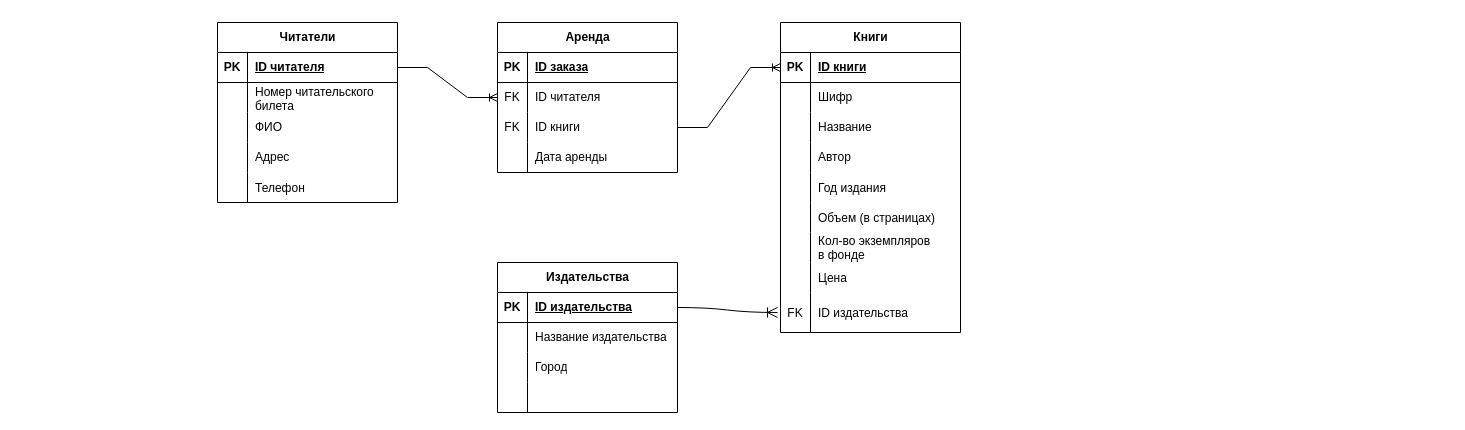
Above: library_bd.drawio in javascriptrocker2104/database_of_library (draw.io), before the change. Source tidied: cells renumbered, new cells numbered last; positions are measured from the earlier drawing's top-left corner, leaving out a move shared by most shapes. Both pictures are drawn from the tidied source at 100%, with x=0, y=0 at pixel (217, 22).
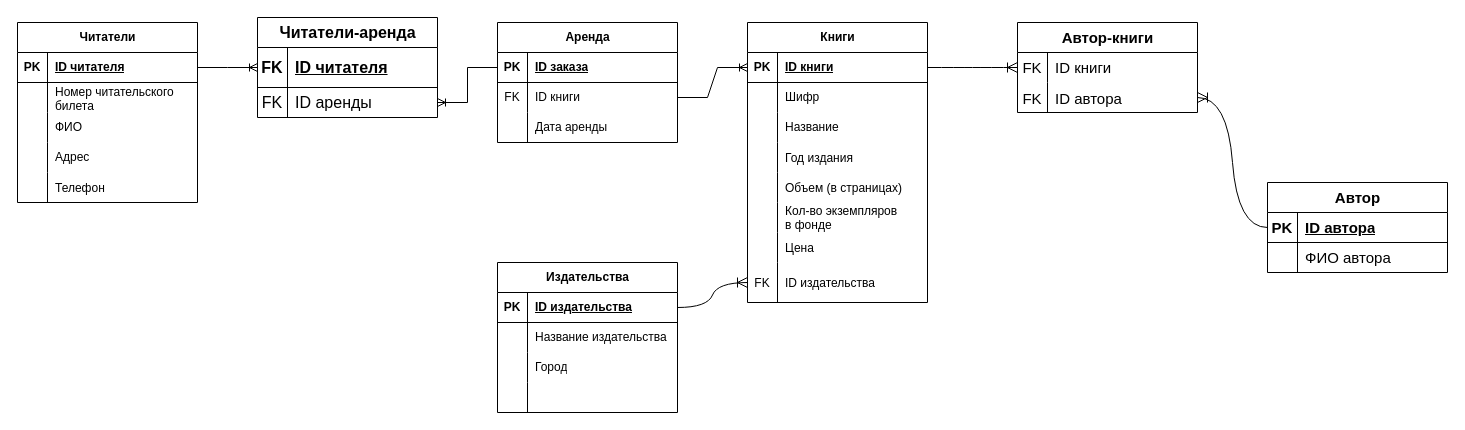
The same diagram, later.

The change refers to these unchanged cells:
```xml
<mxCell id="3" style="shape=tableRow;horizontal=0;startSize=0;swimlaneHead=0;swimlaneBody=0;fillColor=none;points=[[0,0.5],[1,0.5]];portConstraint=eastwest;top=0;left=0;right=0;bottom=1;" parent="2" vertex="1">
  <mxGeometry y="30" width="180" height="30" as="geometry" />
</mxCell>
<mxCell id="19" style="shape=tableRow;horizontal=0;startSize=0;swimlaneHead=0;swimlaneBody=0;fillColor=none;points=[[0,0.5],[1,0.5]];portConstraint=eastwest;top=0;left=0;right=0;bottom=1;" parent="18" vertex="1">
  <mxGeometry y="30" width="180" height="30" as="geometry" />
</mxCell>
<mxCell id="32" style="shape=tableRow;horizontal=0;startSize=0;swimlaneHead=0;swimlaneBody=0;fillColor=none;points=[[0,0.5],[1,0.5]];portConstraint=eastwest;top=0;left=0;right=0;bottom=1;" parent="31" vertex="1">
  <mxGeometry y="30" width="180" height="30" as="geometry" />
</mxCell>
<mxCell id="60" style="shape=tableRow;horizontal=0;startSize=0;swimlaneHead=0;swimlaneBody=0;fillColor=none;points=[[0,0.5],[1,0.5]];portConstraint=eastwest;top=0;left=0;right=0;bottom=1;" parent="59" vertex="1">
  <mxGeometry y="30" width="180" height="30" as="geometry" />
</mxCell>
```

The edit, as a diff of the source:
```diff
@@
     <mxCell id="2" value="Читатели" style="shape=table;startSize=30;childLayout=tableLayout;rowLines=0;fontStyle=1;align=center;html=1;" parent="1" vertex="1">
-      <mxGeometry width="180" height="180" as="geometry" />
+      <mxGeometry x="-200" width="180" height="180" as="geometry" />
     </mxCell>
@@
     <mxCell id="18" value="Аренда" style="shape=table;startSize=30;childLayout=tableLayout;rowLines=0;fontStyle=1;align=center;html=1;" parent="1" vertex="1">
-      <mxGeometry x="280" width="180" height="150" as="geometry" />
+      <mxGeometry x="280" width="180" height="120" as="geometry" />
     </mxCell>
@@
-    <mxCell id="22" style="shape=tableRow;horizontal=0;startSize=0;swimlaneHead=0;swimlaneBody=0;fillColor=none;points=[[0,0.5],[1,0.5]];portConstraint=eastwest;top=0;left=0;right=0;bottom=0;" parent="18" vertex="1">
-      <mxGeometry y="60" width="180" height="30" as="geometry" />
-    </mxCell>
-    <mxCell id="23" value="FK" style="shape=partialRectangle;fillColor=none;top=0;left=0;bottom=0;right=0;overflow=hidden;whiteSpace=wrap;html=1;" parent="22" vertex="1">
-      <mxGeometry width="30" height="30" as="geometry" />
-    </mxCell>
-    <mxCell id="24" value="ID читателя" style="shape=partialRectangle;fillColor=none;top=0;left=0;bottom=0;right=0;align=left;spacingLeft=6;overflow=hidden;whiteSpace=wrap;html=1;" parent="22" vertex="1">
-      <mxGeometry x="30" width="150" height="30" as="geometry" />
-    </mxCell>
     <mxCell id="25" style="shape=tableRow;horizontal=0;startSize=0;swimlaneHead=0;swimlaneBody=0;fillColor=none;points=[[0,0.5],[1,0.5]];portConstraint=eastwest;top=0;left=0;right=0;bottom=0;" parent="18" vertex="1">
-      <mxGeometry y="90" width="180" height="30" as="geometry" />
+      <mxGeometry y="60" width="180" height="30" as="geometry" />
     </mxCell>
@@
     <mxCell id="28" style="shape=tableRow;horizontal=0;startSize=0;swimlaneHead=0;swimlaneBody=0;fillColor=none;top=0;left=0;right=0;bottom=0;" parent="18" vertex="1">
-      <mxGeometry y="120" width="180" height="30" as="geometry" />
+      <mxGeometry y="90" width="180" height="30" as="geometry" />
     </mxCell>
@@
     <mxCell id="31" value="Книги" style="shape=table;startSize=30;childLayout=tableLayout;rowLines=0;fontStyle=1;align=center;html=1;" parent="1" vertex="1">
-      <mxGeometry x="563" width="180" height="310" as="geometry" />
+      <mxGeometry x="530" width="180" height="280" as="geometry" />
     </mxCell>
@@
-    <mxCell id="41" style="shape=tableRow;horizontal=0;startSize=0;swimlaneHead=0;swimlaneBody=0;fillColor=none;top=0;left=0;right=0;bottom=0;" parent="31" vertex="1">
-      <mxGeometry y="120" width="180" height="30" as="geometry" />
-    </mxCell>
-    <mxCell id="42" style="shape=partialRectangle;fillColor=none;top=0;left=0;bottom=0;right=0;overflow=hidden;whiteSpace=wrap;html=1;" parent="41" vertex="1">
-      <mxGeometry width="30" height="30" as="geometry" />
-    </mxCell>
-    <mxCell id="43" value="Автор" style="shape=partialRectangle;fillColor=none;top=0;left=0;bottom=0;right=0;align=left;spacingLeft=6;overflow=hidden;whiteSpace=wrap;html=1;" parent="41" vertex="1">
-      <mxGeometry x="30" width="150" height="30" as="geometry" />
-    </mxCell>
     <mxCell id="44" style="shape=tableRow;horizontal=0;startSize=0;swimlaneHead=0;swimlaneBody=0;fillColor=none;top=0;left=0;right=0;bottom=0;" parent="31" vertex="1">
-      <mxGeometry y="150" width="180" height="30" as="geometry" />
+      <mxGeometry y="120" width="180" height="30" as="geometry" />
     </mxCell>
@@
     <mxCell id="47" style="shape=tableRow;horizontal=0;startSize=0;swimlaneHead=0;swimlaneBody=0;fillColor=none;top=0;left=0;right=0;bottom=0;" parent="31" vertex="1">
-      <mxGeometry y="180" width="180" height="30" as="geometry" />
+      <mxGeometry y="150" width="180" height="30" as="geometry" />
     </mxCell>
@@
     <mxCell id="50" style="shape=tableRow;horizontal=0;startSize=0;swimlaneHead=0;swimlaneBody=0;fillColor=none;top=0;left=0;right=0;bottom=0;" parent="31" vertex="1">
-      <mxGeometry y="210" width="180" height="30" as="geometry" />
+      <mxGeometry y="180" width="180" height="30" as="geometry" />
     </mxCell>
@@
     <mxCell id="53" style="shape=tableRow;horizontal=0;startSize=0;swimlaneHead=0;swimlaneBody=0;fillColor=none;top=0;left=0;right=0;bottom=0;" parent="31" vertex="1">
-      <mxGeometry y="240" width="180" height="30" as="geometry" />
+      <mxGeometry y="210" width="180" height="30" as="geometry" />
     </mxCell>
@@
     <mxCell id="56" style="shape=tableRow;horizontal=0;startSize=0;swimlaneHead=0;swimlaneBody=0;fillColor=none;points=[[0,0.5],[1,0.5]];portConstraint=eastwest;top=0;left=0;right=0;bottom=0;" parent="31" vertex="1">
-      <mxGeometry y="270" width="180" height="40" as="geometry" />
+      <mxGeometry y="240" width="180" height="40" as="geometry" />
     </mxCell>
@@
-    <mxCell id="72" style="edgeStyle=entityRelationEdgeStyle;fontSize=12;html=1;endArrow=ERoneToMany;rounded=0;exitX=1;exitY=0.5;exitDx=0;exitDy=0;entryX=0;entryY=0.5;entryDx=0;entryDy=0;" parent="1" edge="1" source="3" target="22">
+    <mxCell id="72" style="edgeStyle=entityRelationEdgeStyle;fontSize=12;html=1;endArrow=ERoneToMany;rounded=0;exitX=1;exitY=0.5;exitDx=0;exitDy=0;entryX=0;entryY=0.5;entryDx=0;entryDy=0;" parent="1" edge="1" source="3" target="91">
       <mxGeometry relative="1" as="geometry" />
     </mxCell>
@@
-    <mxCell id="74" style="edgeStyle=entityRelationEdgeStyle;fontSize=12;html=1;endArrow=ERoneToMany;rounded=0;startSize=8;endSize=8;curved=1;exitX=1;exitY=0.5;exitDx=0;exitDy=0;" parent="1" edge="1" source="60">
-      <mxGeometry relative="1" as="geometry">
-        <mxPoint x="560" y="290" as="targetPoint" />
-      </mxGeometry>
+    <mxCell id="74" style="edgeStyle=entityRelationEdgeStyle;fontSize=12;html=1;endArrow=ERoneToMany;rounded=0;startSize=8;endSize=8;curved=1;exitX=1;exitY=0.5;exitDx=0;exitDy=0;entryX=0;entryY=0.5;entryDx=0;entryDy=0;" parent="1" edge="1" source="60" target="56">
+      <mxGeometry relative="1" as="geometry" />
     </mxCell>
+    <mxCell id="43" value="Автор" style="shape=table;startSize=30;childLayout=tableLayout;rowLines=0;fontStyle=1;align=center;html=1;fontSize=15;" parent="1" vertex="1">
+      <mxGeometry x="1050" y="160" width="180" height="90" as="geometry" />
+    </mxCell>
+    <mxCell id="75" style="shape=tableRow;horizontal=0;startSize=0;swimlaneHead=0;swimlaneBody=0;fillColor=none;points=[[0,0.5],[1,0.5]];portConstraint=eastwest;top=0;left=0;right=0;bottom=1;fontSize=16;" parent="43" vertex="1">
+      <mxGeometry y="30" width="180" height="30" as="geometry" />
+    </mxCell>
+    <mxCell id="76" value="PK" style="shape=partialRectangle;fillColor=none;top=0;left=0;bottom=0;right=0;fontStyle=1;overflow=hidden;whiteSpace=wrap;html=1;fontSize=15;" parent="75" vertex="1">
+      <mxGeometry width="30" height="30" as="geometry" />
+    </mxCell>
+    <mxCell id="77" value="ID автора" style="shape=partialRectangle;fillColor=none;top=0;left=0;bottom=0;right=0;align=left;spacingLeft=6;fontStyle=5;overflow=hidden;whiteSpace=wrap;html=1;fontSize=15;" parent="75" vertex="1">
+      <mxGeometry x="30" width="150" height="30" as="geometry" />
+    </mxCell>
+    <mxCell id="78" style="shape=tableRow;horizontal=0;startSize=0;swimlaneHead=0;swimlaneBody=0;fillColor=none;top=0;left=0;right=0;bottom=0;fontSize=16;" parent="43" vertex="1">
+      <mxGeometry y="60" width="180" height="30" as="geometry" />
+    </mxCell>
+    <mxCell id="79" style="shape=partialRectangle;fillColor=none;top=0;left=0;bottom=0;right=0;overflow=hidden;whiteSpace=wrap;html=1;fontSize=16;" parent="78" vertex="1">
+      <mxGeometry width="30" height="30" as="geometry" />
+    </mxCell>
+    <mxCell id="80" value="ФИО автора" style="shape=partialRectangle;fillColor=none;top=0;left=0;bottom=0;right=0;align=left;spacingLeft=6;overflow=hidden;whiteSpace=wrap;html=1;fontSize=15;" parent="78" vertex="1">
+      <mxGeometry x="30" width="150" height="30" as="geometry" />
+    </mxCell>
+    <mxCell id="81" value="Автор-книги" style="shape=table;startSize=30;childLayout=tableLayout;rowLines=0;fontStyle=1;align=center;html=1;fontSize=15;" parent="1" vertex="1">
+      <mxGeometry x="800" width="180" height="90" as="geometry" />
+    </mxCell>
+    <mxCell id="82" style="shape=tableRow;horizontal=0;startSize=0;swimlaneHead=0;swimlaneBody=0;fillColor=none;points=[[0,0.5],[1,0.5]];portConstraint=eastwest;top=0;left=0;right=0;bottom=0;fontSize=16;" parent="81" vertex="1">
+      <mxGeometry y="30" width="180" height="30" as="geometry" />
+    </mxCell>
+    <mxCell id="83" value="FK" style="shape=partialRectangle;fillColor=none;top=0;left=0;bottom=0;right=0;overflow=hidden;whiteSpace=wrap;html=1;fontSize=15;" parent="82" vertex="1">
+      <mxGeometry width="30" height="30" as="geometry" />
+    </mxCell>
+    <mxCell id="84" value="ID книги" style="shape=partialRectangle;fillColor=none;top=0;left=0;bottom=0;right=0;align=left;spacingLeft=6;overflow=hidden;whiteSpace=wrap;html=1;fontSize=15;" parent="82" vertex="1">
+      <mxGeometry x="30" width="150" height="30" as="geometry" />
+    </mxCell>
+    <mxCell id="85" style="shape=tableRow;horizontal=0;startSize=0;swimlaneHead=0;swimlaneBody=0;fillColor=none;points=[[0,0.5],[1,0.5]];portConstraint=eastwest;top=0;left=0;right=0;bottom=0;fontSize=16;" parent="81" vertex="1">
+      <mxGeometry y="60" width="180" height="30" as="geometry" />
+    </mxCell>
+    <mxCell id="86" value="FK" style="shape=partialRectangle;fillColor=none;top=0;left=0;bottom=0;right=0;overflow=hidden;fontSize=15;" parent="85" vertex="1">
+      <mxGeometry width="30" height="30" as="geometry" />
+    </mxCell>
+    <mxCell id="87" value="ID автора" style="shape=partialRectangle;fillColor=none;top=0;left=0;bottom=0;right=0;align=left;spacingLeft=6;overflow=hidden;fontSize=15;" parent="85" vertex="1">
+      <mxGeometry x="30" width="150" height="30" as="geometry" />
+    </mxCell>
+    <mxCell id="88" style="edgeStyle=entityRelationEdgeStyle;fontSize=12;html=1;endArrow=ERoneToMany;rounded=0;startSize=8;endSize=8;curved=1;exitX=0;exitY=0.5;exitDx=0;exitDy=0;entryX=1;entryY=0.5;entryDx=0;entryDy=0;" parent="1" edge="1" source="75" target="85">
+      <mxGeometry relative="1" as="geometry" />
+    </mxCell>
+    <mxCell id="89" style="edgeStyle=entityRelationEdgeStyle;fontSize=12;html=1;endArrow=ERoneToMany;rounded=0;startSize=8;endSize=8;curved=1;exitX=1;exitY=0.5;exitDx=0;exitDy=0;entryX=0;entryY=0.5;entryDx=0;entryDy=0;" parent="1" edge="1" source="32" target="82">
+      <mxGeometry relative="1" as="geometry" />
+    </mxCell>
+    <mxCell id="90" value="Читатели-аренда" style="shape=table;startSize=30;childLayout=tableLayout;rowLines=0;fontStyle=1;align=center;html=1;fontSize=16;" parent="1" vertex="1">
+      <mxGeometry x="40" y="-5" width="180" height="100" as="geometry" />
+    </mxCell>
+    <mxCell id="91" style="shape=tableRow;horizontal=0;startSize=0;swimlaneHead=0;swimlaneBody=0;fillColor=none;points=[[0,0.5],[1,0.5]];portConstraint=eastwest;top=0;left=0;right=0;bottom=1;fontSize=16;" parent="90" vertex="1">
+      <mxGeometry y="30" width="180" height="40" as="geometry" />
+    </mxCell>
+    <mxCell id="92" value="FK" style="shape=partialRectangle;fillColor=none;top=0;left=0;bottom=0;right=0;fontStyle=1;overflow=hidden;whiteSpace=wrap;html=1;fontSize=16;" parent="91" vertex="1">
+      <mxGeometry width="30" height="40" as="geometry" />
+    </mxCell>
+    <mxCell id="24" value="ID читателя" style="shape=partialRectangle;fillColor=none;top=0;left=0;bottom=0;right=0;align=left;spacingLeft=6;fontStyle=5;overflow=hidden;whiteSpace=wrap;html=1;fontSize=16;" parent="91" vertex="1">
+      <mxGeometry x="30" width="150" height="40" as="geometry" />
+    </mxCell>
+    <mxCell id="93" style="shape=tableRow;horizontal=0;startSize=0;swimlaneHead=0;swimlaneBody=0;fillColor=none;points=[[0,0.5],[1,0.5]];portConstraint=eastwest;top=0;left=0;right=0;bottom=0;fontSize=16;" parent="90" vertex="1">
+      <mxGeometry y="70" width="180" height="30" as="geometry" />
+    </mxCell>
+    <mxCell id="94" value="FK" style="shape=partialRectangle;fillColor=none;top=0;left=0;bottom=0;right=0;overflow=hidden;whiteSpace=wrap;html=1;fontSize=16;" parent="93" vertex="1">
+      <mxGeometry width="30" height="30" as="geometry" />
+    </mxCell>
+    <mxCell id="95" value="ID аренды" style="shape=partialRectangle;fillColor=none;top=0;left=0;bottom=0;right=0;align=left;spacingLeft=6;overflow=hidden;whiteSpace=wrap;html=1;fontSize=16;" parent="93" vertex="1">
+      <mxGeometry x="30" width="150" height="30" as="geometry" />
+    </mxCell>
+    <mxCell id="96" style="edgeStyle=entityRelationEdgeStyle;fontSize=12;html=1;endArrow=ERoneToMany;rounded=0;exitX=0;exitY=0.5;exitDx=0;exitDy=0;entryX=1;entryY=0.5;entryDx=0;entryDy=0;" parent="1" edge="1" source="19" target="93">
+      <mxGeometry relative="1" as="geometry">
+        <Array as="points">
+          <mxPoint x="260" y="40" />
+          <mxPoint x="280" y="50" />
+        </Array>
+      </mxGeometry>
+    </mxCell>
```
